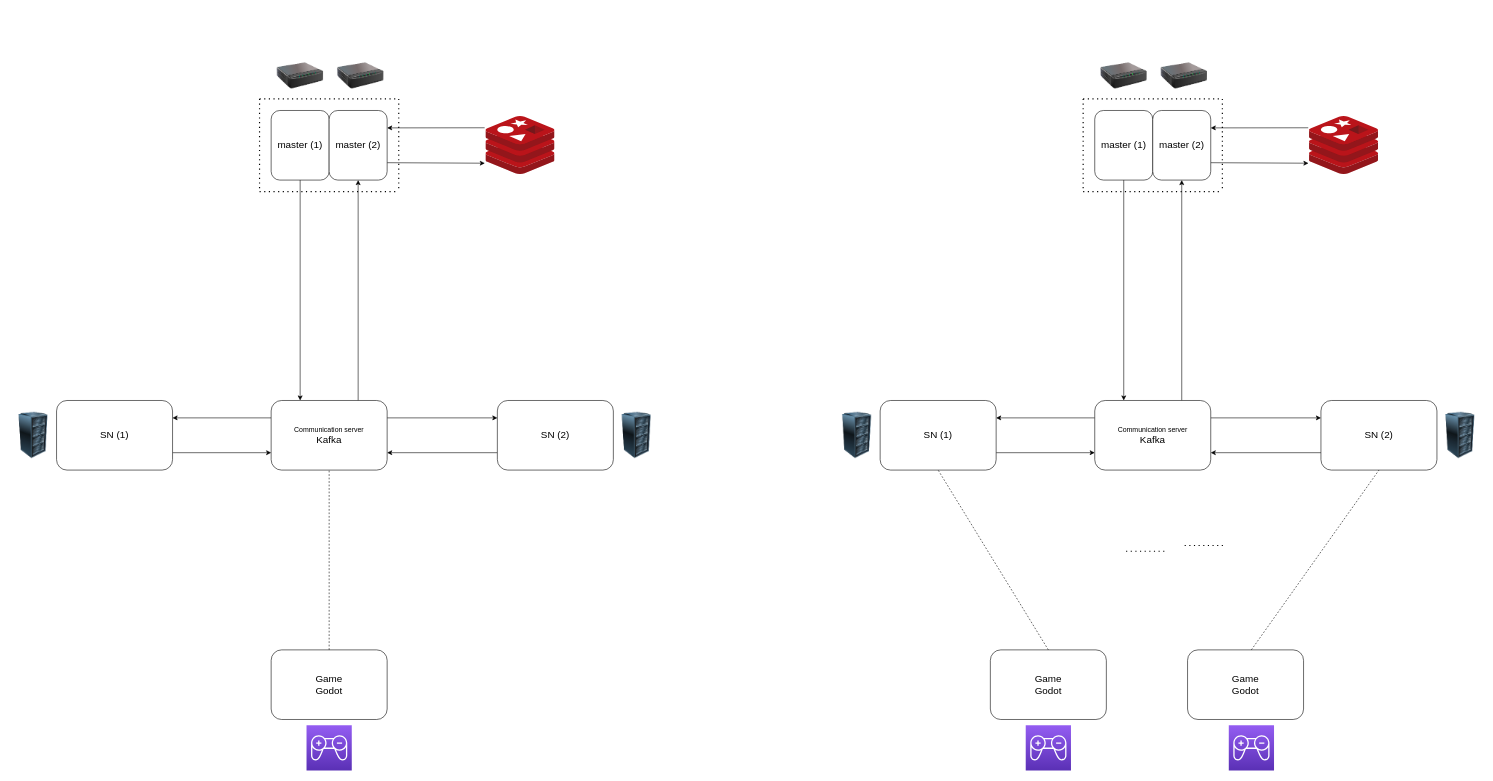
celte-team/celte-team.github.io keeps this draw.io diagram as global-architecture.drawio. Above is the earlier version. Source tidied: cells renumbered, new cells numbered last; positions are measured from the earlier drawing's top-left corner, leaving out a move shared by most shapes. Both pictures are drawn from the tidied source at 58%, with x=0, y=0 at pixel (10, 52).
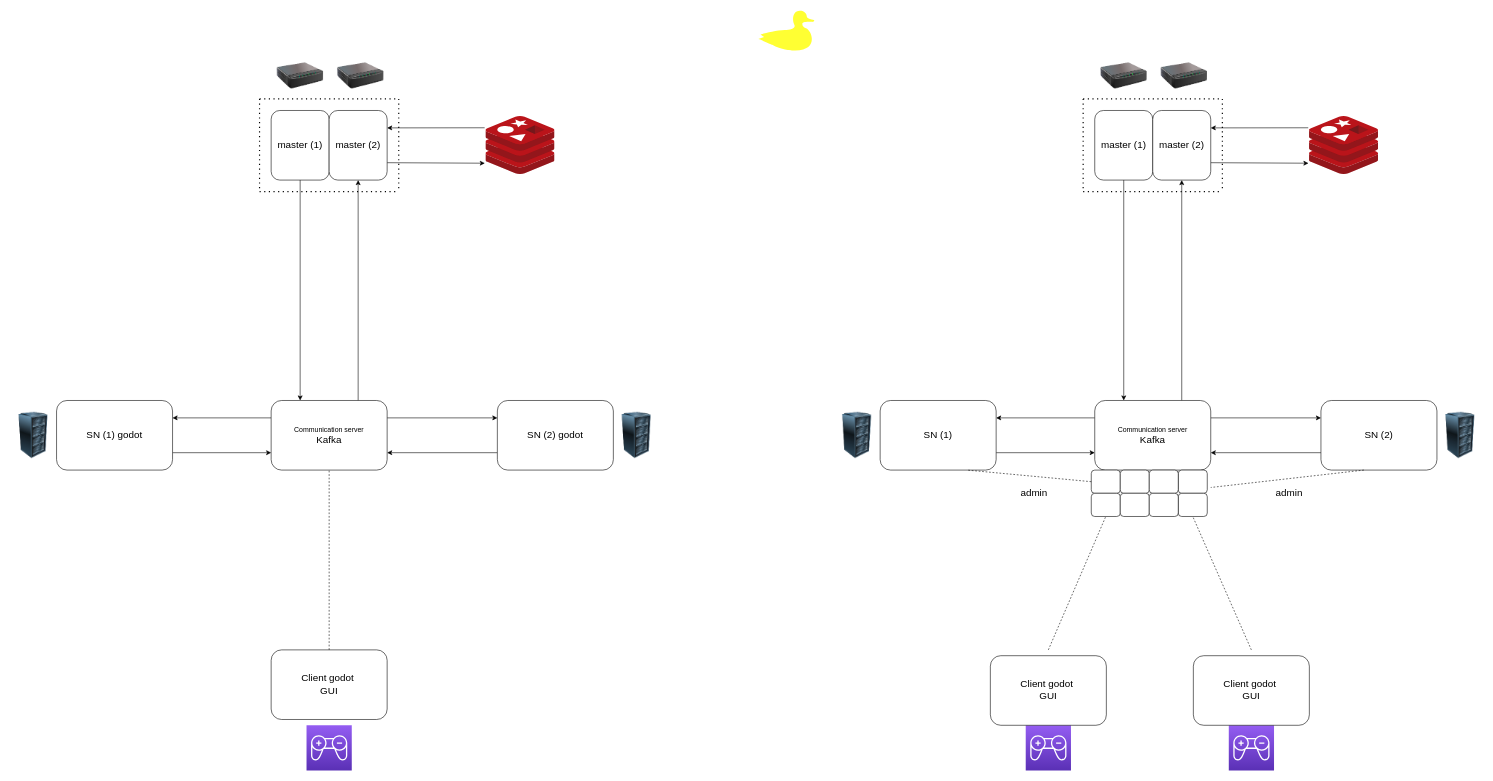
Above is the later version.

Commit message:
update schema architecture

The change refers to these unchanged cells:
```xml
<mxCell id="7" value="&lt;span style=&quot;font-size: 17px;&quot;&gt;SN (1)&lt;/span&gt;" style="rounded=1;whiteSpace=wrap;html=1;" parent="1" vertex="1">
  <mxGeometry x="1500" y="600" width="200" height="120" as="geometry" />
</mxCell>
<mxCell id="9" value="&lt;span style=&quot;font-size: 17px;&quot;&gt;SN (2)&lt;/span&gt;" style="rounded=1;whiteSpace=wrap;html=1;" parent="1" vertex="1">
  <mxGeometry x="2260" y="600" width="200" height="120" as="geometry" />
</mxCell>
```

Diff of the diagram source:
```diff
@@
-    <mxCell id="14" value="&lt;span style=&quot;font-size: 17px;&quot;&gt;Game&lt;br&gt;Godot&lt;br&gt;&lt;/span&gt;" style="rounded=1;whiteSpace=wrap;html=1;" parent="1" vertex="1">
-      <mxGeometry x="1690" y="1030" width="200" height="120" as="geometry" />
-    </mxCell>
@@
-    <mxCell id="21" style="endArrow=none;dashed=1;html=1;fontSize=17;exitX=0.5;exitY=0;exitDx=0;exitDy=0;entryX=0.5;entryY=1;entryDx=0;entryDy=0;" parent="1" edge="1" source="14" target="7">
-      <mxGeometry relative="1" as="geometry" />
+    <mxCell id="21" style="endArrow=none;dashed=1;html=1;fontSize=17;exitX=0.5;exitY=0;exitDx=0;exitDy=0;entryX=0.5;entryY=1;entryDx=0;entryDy=0;" parent="1" edge="1" target="63">
+      <mxGeometry relative="1" as="geometry">
+        <mxPoint x="1790" y="1030" as="sourcePoint" />
+      </mxGeometry>
     </mxCell>
-    <mxCell id="22" style="endArrow=none;dashed=1;html=1;dashPattern=1 3;strokeWidth=2;fontSize=17;" parent="1" edge="1">
-      <mxGeometry relative="1" as="geometry">
-        <mxPoint x="1990" y="860" as="sourcePoint" />
-        <mxPoint x="1919" y="860" as="targetPoint" />
-      </mxGeometry>
-    </mxCell>
@@
-    <mxCell id="28" value="&lt;span style=&quot;font-size: 17px;&quot;&gt;Game&lt;br&gt;Godot&lt;br&gt;&lt;/span&gt;" style="rounded=1;whiteSpace=wrap;html=1;" parent="1" vertex="1">
-      <mxGeometry x="2030" y="1030" width="200" height="120" as="geometry" />
-    </mxCell>
@@
-    <mxCell id="30" style="endArrow=none;dashed=1;html=1;fontSize=17;exitX=0.5;exitY=0;exitDx=0;exitDy=0;entryX=0.5;entryY=1;entryDx=0;entryDy=0;" parent="1" edge="1" target="9">
+    <mxCell id="30" style="endArrow=none;dashed=1;html=1;fontSize=17;exitX=0.5;exitY=0;exitDx=0;exitDy=0;entryX=0.5;entryY=1;entryDx=0;entryDy=0;" parent="1" edge="1" target="65">
       <mxGeometry relative="1" as="geometry">
         <mxPoint x="2140" y="1030" as="sourcePoint" />
       </mxGeometry>
     </mxCell>
-    <mxCell id="31" style="endArrow=none;dashed=1;html=1;dashPattern=1 3;strokeWidth=2;fontSize=17;" parent="1" edge="1">
-      <mxGeometry relative="1" as="geometry">
-        <mxPoint x="2091" y="850" as="sourcePoint" />
-        <mxPoint x="2020" y="850" as="targetPoint" />
-      </mxGeometry>
-    </mxCell>
@@
-    <mxCell id="37" value="&lt;span style=&quot;font-size: 17px;&quot;&gt;SN (1)&lt;/span&gt;" style="rounded=1;whiteSpace=wrap;html=1;" parent="1" vertex="1">
+    <mxCell id="37" value="&lt;span style=&quot;font-size: 17px;&quot;&gt;SN (1)&amp;nbsp;&lt;/span&gt;&lt;span style=&quot;font-size: 17px;&quot;&gt;godot&lt;/span&gt;" style="rounded=1;whiteSpace=wrap;html=1;" parent="1" vertex="1">
       <mxGeometry x="80" y="600" width="200" height="120" as="geometry" />
     </mxCell>
@@
-    <mxCell id="39" value="&lt;span style=&quot;font-size: 17px;&quot;&gt;SN (2)&lt;/span&gt;" style="rounded=1;whiteSpace=wrap;html=1;" parent="1" vertex="1">
+    <mxCell id="39" value="&lt;span style=&quot;font-size: 17px;&quot;&gt;SN (2)&amp;nbsp;&lt;/span&gt;&lt;span style=&quot;font-size: 17px;&quot;&gt;godot&lt;/span&gt;" style="rounded=1;whiteSpace=wrap;html=1;" parent="1" vertex="1">
       <mxGeometry x="840" y="600" width="200" height="120" as="geometry" />
     </mxCell>
@@
-    <mxCell id="44" value="&lt;span style=&quot;font-size: 17px;&quot;&gt;Game&lt;br&gt;Godot&lt;br&gt;&lt;/span&gt;" style="rounded=1;whiteSpace=wrap;html=1;" parent="1" vertex="1">
+    <mxCell id="44" value="&lt;span style=&quot;font-size: 17px;&quot;&gt;Client godot&amp;nbsp;&lt;br&gt;GUI&lt;br&gt;&lt;/span&gt;" style="rounded=1;whiteSpace=wrap;html=1;" parent="1" vertex="1">
       <mxGeometry x="450" y="1030" width="200" height="120" as="geometry" />
     </mxCell>
@@
+    <mxCell id="57" value="&lt;span style=&quot;font-size: 17px;&quot;&gt;Client godot&amp;nbsp;&lt;br&gt;GUI&lt;br&gt;&lt;/span&gt;" style="rounded=1;whiteSpace=wrap;html=1;" parent="1" vertex="1">
+      <mxGeometry x="1690" y="1040" width="200" height="120" as="geometry" />
+    </mxCell>
+    <mxCell id="58" value="&lt;span style=&quot;font-size: 17px;&quot;&gt;Client godot&amp;nbsp;&lt;br&gt;GUI&lt;br&gt;&lt;/span&gt;" style="rounded=1;whiteSpace=wrap;html=1;" parent="1" vertex="1">
+      <mxGeometry x="2040" y="1040" width="200" height="120" as="geometry" />
+    </mxCell>
+    <mxCell id="59" style="rounded=1;whiteSpace=wrap;html=1;fontSize=17;" parent="1" vertex="1">
+      <mxGeometry x="1864" y="720" width="50" height="40" as="geometry" />
+    </mxCell>
+    <mxCell id="60" style="rounded=1;whiteSpace=wrap;html=1;fontSize=17;" parent="1" vertex="1">
+      <mxGeometry x="1914" y="720" width="50" height="40" as="geometry" />
+    </mxCell>
+    <mxCell id="61" style="rounded=1;whiteSpace=wrap;html=1;fontSize=17;" parent="1" vertex="1">
+      <mxGeometry x="2014" y="720" width="50" height="40" as="geometry" />
+    </mxCell>
+    <mxCell id="62" style="rounded=1;whiteSpace=wrap;html=1;fontSize=17;" parent="1" vertex="1">
+      <mxGeometry x="1964" y="720" width="50" height="40" as="geometry" />
+    </mxCell>
+    <mxCell id="63" style="rounded=1;whiteSpace=wrap;html=1;fontSize=17;" parent="1" vertex="1">
+      <mxGeometry x="1864" y="760" width="50" height="40" as="geometry" />
+    </mxCell>
+    <mxCell id="64" style="rounded=1;whiteSpace=wrap;html=1;fontSize=17;" parent="1" vertex="1">
+      <mxGeometry x="1914" y="760" width="50" height="40" as="geometry" />
+    </mxCell>
+    <mxCell id="65" style="rounded=1;whiteSpace=wrap;html=1;fontSize=17;" parent="1" vertex="1">
+      <mxGeometry x="2014" y="760" width="50" height="40" as="geometry" />
+    </mxCell>
+    <mxCell id="66" style="rounded=1;whiteSpace=wrap;html=1;fontSize=17;" parent="1" vertex="1">
+      <mxGeometry x="1964" y="760" width="50" height="40" as="geometry" />
+    </mxCell>
+    <mxCell id="67" style="endArrow=none;dashed=1;html=1;fontSize=17;exitX=0;exitY=0.5;exitDx=0;exitDy=0;" parent="1" edge="1" source="59">
+      <mxGeometry relative="1" as="geometry">
+        <mxPoint x="1650" y="720" as="targetPoint" />
+      </mxGeometry>
+    </mxCell>
+    <mxCell id="68" style="endArrow=none;dashed=1;html=1;fontSize=17;exitX=0;exitY=0.5;exitDx=0;exitDy=0;" parent="1" edge="1">
+      <mxGeometry relative="1" as="geometry">
+        <mxPoint x="2334" y="720" as="sourcePoint" />
+        <mxPoint x="2070" y="750" as="targetPoint" />
+      </mxGeometry>
+    </mxCell>
+    <mxCell id="69" value="admin" style="text;html=1;align=center;verticalAlign=middle;strokeColor=none;fillColor=none;fontSize=17;" parent="1" vertex="1">
+      <mxGeometry x="1730" y="745" width="70" height="30" as="geometry" />
+    </mxCell>
+    <mxCell id="70" value="admin" style="text;html=1;align=center;verticalAlign=middle;strokeColor=none;fillColor=none;fontSize=17;" parent="1" vertex="1">
+      <mxGeometry x="2170" y="745" width="70" height="30" as="geometry" />
+    </mxCell>
+    <mxCell id="71" style="shape=mxgraph.signs.animals.duck;html=1;fillColor=#FFFF33;strokeColor=none;verticalLabelPosition=bottom;verticalAlign=top;align=center;fontSize=17;" parent="1" vertex="1">
+      <mxGeometry x="1290" y="-73" width="105" height="73" as="geometry" />
+    </mxCell>
```
